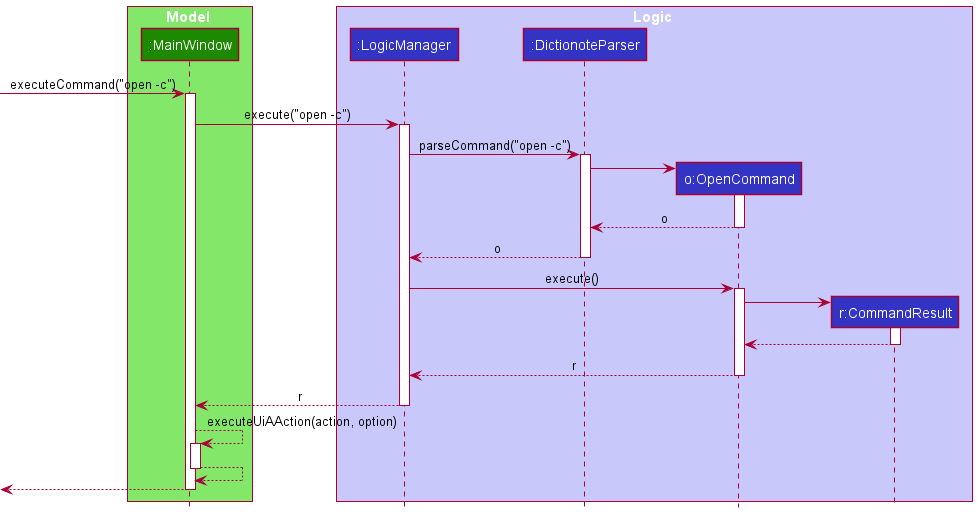
Above: docs/images/OpenCommandSequenceDiagram.png in nus-cs2103-AY2021S2/tp (PlantUML), before the change. Its diagram source:
```plantuml
@startuml
!include style.puml

box Model UI_COLOR_T1
participant ":MainWindow" as MainWindow UI_COLOR
end box

box Logic LOGIC_COLOR_T1
participant ":LogicManager" as LogicManager LOGIC_COLOR
participant ":DictionoteParser" as DictionoteParser LOGIC_COLOR
participant "o:OpenCommand" as OpenCommand LOGIC_COLOR
participant "r:CommandResult" as CommandResult LOGIC_COLOR
end box

[-> MainWindow : executeCommand("open -c")
activate MainWindow


MainWindow-> LogicManager : execute("open -c")
activate LogicManager

LogicManager -> DictionoteParser : parseCommand("open -c")
activate DictionoteParser

create OpenCommand
DictionoteParser -> OpenCommand
activate OpenCommand

OpenCommand --> DictionoteParser : o
deactivate OpenCommand

DictionoteParser --> LogicManager : o
deactivate DictionoteParser

LogicManager -> OpenCommand : execute()
activate OpenCommand


create CommandResult
OpenCommand -> CommandResult
activate CommandResult

CommandResult --> OpenCommand
deactivate CommandResult

OpenCommand --> LogicManager : r
deactivate OpenCommand

LogicManager --> MainWindow : r
deactivate LogicManager


MainWindow --> MainWindow : executeUiAAction(action, option)
activate MainWindow
MainWindow --> MainWindow
deactivate MainWindow

[<--MainWindow
deactivate MainWindow
@enduml
```
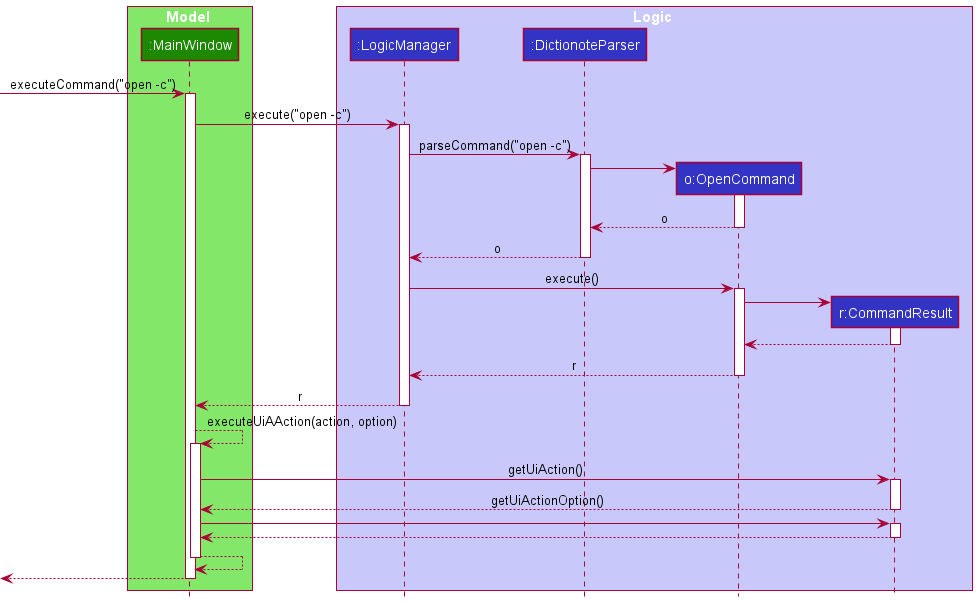
The same file after the commit.

The edit, as a diff of the source:
```diff
@@ -52,6 +52,22 @@
 
 MainWindow --> MainWindow : executeUiAAction(action, option)
 activate MainWindow
+
+
+MainWindow -> CommandResult : getUiAction()
+activate CommandResult
+
+CommandResult --> MainWindow : getUiActionOption()
+deactivate CommandResult
+
+
+MainWindow -> CommandResult
+activate CommandResult
+
+CommandResult --> MainWindow
+deactivate CommandResult
+
+
 MainWindow --> MainWindow
 deactivate MainWindow
 
```
